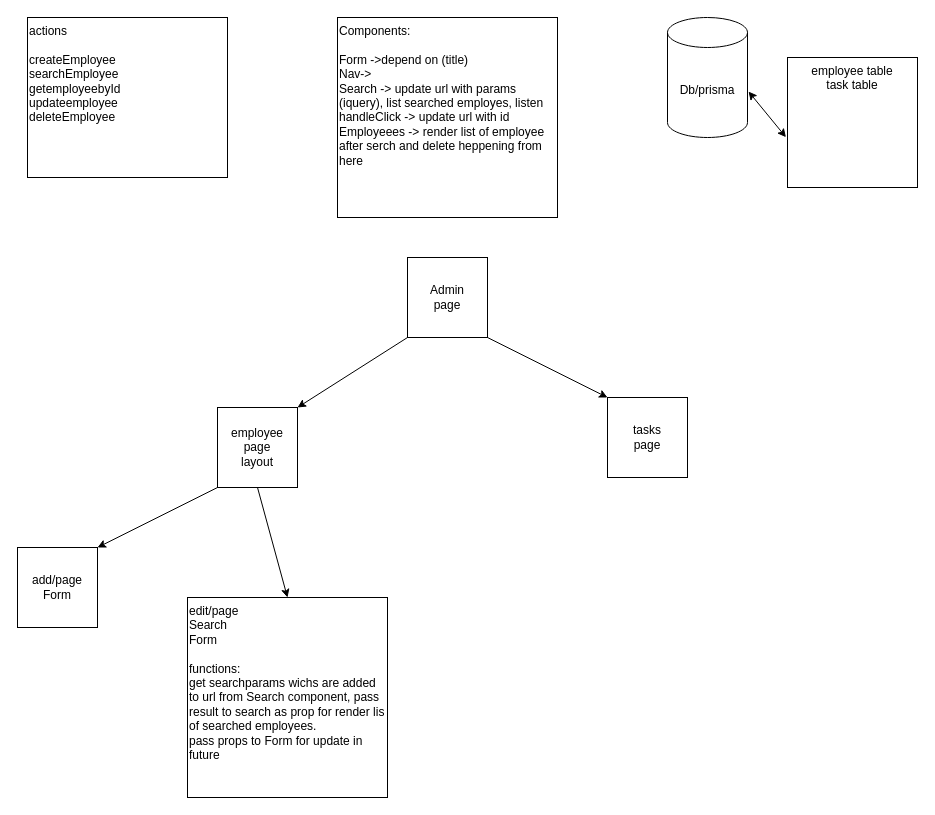
Above: Untitled Diagram.drawio in George-giorgi/tasksflow (draw.io), before the change. Source tidied: cells renumbered, new cells numbered last; positions are measured from the earlier drawing's top-left corner, leaving out a move shared by most shapes. Both pictures are drawn from the tidied source at 100%, with x=0, y=0 at pixel (17, 17).
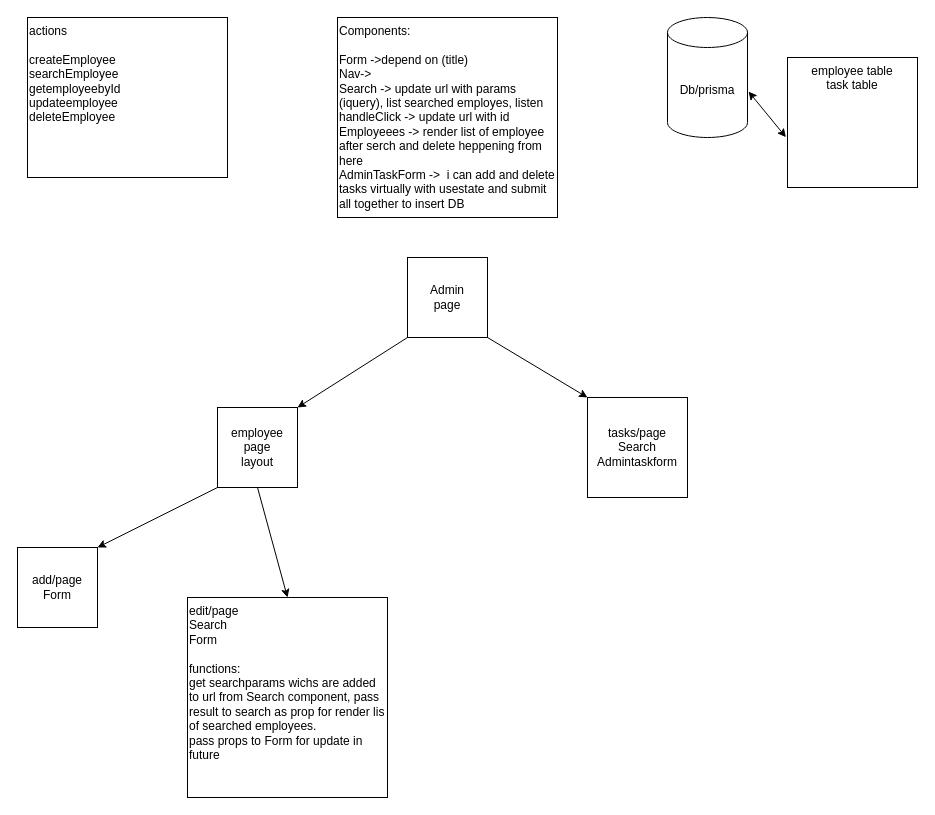
The same page after the edit.

What changed in the source:
```diff
@@
 <mxGraphModel>
   <root>
     <mxCell id="0" />
     <mxCell id="1" parent="0" />
     <mxCell id="2" value="Admin&lt;div&gt;page&lt;/div&gt;" style="whiteSpace=wrap;html=1;" parent="1" vertex="1">
       <mxGeometry x="390" y="240" width="80" height="80" as="geometry" />
     </mxCell>
     <mxCell id="3" style="endArrow=classic;html=1;rounded=0;exitX=0;exitY=1;exitDx=0;exitDy=0;entryX=1;entryY=0;entryDx=0;entryDy=0;" parent="1" edge="1" source="2" target="5">
       <mxGeometry relative="1" as="geometry" />
     </mxCell>
     <mxCell id="4" style="endArrow=classic;html=1;rounded=0;exitX=1;exitY=1;exitDx=0;exitDy=0;entryX=0;entryY=0;entryDx=0;entryDy=0;" parent="1" edge="1" source="2" target="6">
       <mxGeometry relative="1" as="geometry" />
     </mxCell>
     <mxCell id="5" value="employee&lt;div&gt;page&lt;/div&gt;&lt;div&gt;layout&lt;/div&gt;" style="whiteSpace=wrap;html=1;" parent="1" vertex="1">
       <mxGeometry x="200" y="390" width="80" height="80" as="geometry" />
     </mxCell>
-    <mxCell id="6" value="tasks&lt;div&gt;page&lt;/div&gt;" style="whiteSpace=wrap;html=1;" parent="1" vertex="1">
-      <mxGeometry x="590" y="380" width="80" height="80" as="geometry" />
+    <mxCell id="6" value="tasks/page&lt;div&gt;Search&lt;/div&gt;&lt;div&gt;Admintaskform&lt;/div&gt;" style="whiteSpace=wrap;html=1;" parent="1" vertex="1">
+      <mxGeometry x="570" y="380" width="100" height="100" as="geometry" />
     </mxCell>
-    <mxCell id="7" value="&lt;span style=&quot;background-color: light-dark(#ffffff, var(--ge-dark-color, #121212));&quot;&gt;Components:&lt;/span&gt;&lt;div&gt;&lt;br&gt;&lt;div&gt;Form -&amp;gt;depend on (title)&lt;/div&gt;&lt;/div&gt;&lt;div&gt;Nav-&amp;gt;&lt;/div&gt;&lt;div&gt;Search -&amp;gt; update url with params (iquery), list searched employes, listen handleClick -&amp;gt; update url with id&amp;nbsp;&lt;/div&gt;&lt;div&gt;Employeees -&amp;gt; render list of employee after serch and delete heppening from here&lt;/div&gt;&lt;div&gt;&lt;br&gt;&lt;/div&gt;" style="rounded=0;whiteSpace=wrap;html=1;align=left;verticalAlign=top;" parent="1" vertex="1">
+    <mxCell id="7" value="&lt;span style=&quot;background-color: light-dark(#ffffff, var(--ge-dark-color, #121212));&quot;&gt;Components:&lt;/span&gt;&lt;div&gt;&lt;br&gt;&lt;div&gt;Form -&amp;gt;depend on (title)&lt;/div&gt;&lt;/div&gt;&lt;div&gt;Nav-&amp;gt;&lt;/div&gt;&lt;div&gt;Search -&amp;gt; update url with params (iquery), list searched employes, listen handleClick -&amp;gt; update url with id&amp;nbsp;&lt;/div&gt;&lt;div&gt;Employeees -&amp;gt; render list of employee after serch and delete heppening from here&lt;/div&gt;&lt;div&gt;AdminTaskForm -&amp;gt;&amp;nbsp; i can add and delete tasks virtually with usestate and submit all together to insert DB&lt;/div&gt;&lt;div&gt;&lt;br&gt;&lt;/div&gt;" style="rounded=0;whiteSpace=wrap;html=1;align=left;verticalAlign=top;" parent="1" vertex="1">
       <mxGeometry x="320" width="220" height="200" as="geometry" />
     </mxCell>
     <mxCell id="8" value="add/page&lt;div&gt;Form&lt;/div&gt;" style="whiteSpace=wrap;html=1;" parent="1" vertex="1">
       <mxGeometry y="530" width="80" height="80" as="geometry" />
     </mxCell>
     <mxCell id="9" value="edit/page&lt;div&gt;Search&lt;br&gt;&lt;div&gt;Form&lt;/div&gt;&lt;div&gt;&lt;br&gt;&lt;/div&gt;&lt;div&gt;functions:&lt;/div&gt;&lt;div&gt;get searchparams wichs are added to url from Search component, pass result to search as prop for render lis of searched employees.&lt;/div&gt;&lt;div&gt;pass props to Form for update in future&lt;/div&gt;&lt;/div&gt;" style="whiteSpace=wrap;html=1;verticalAlign=top;align=left;" parent="1" vertex="1">
       <mxGeometry x="170" y="580" width="200" height="200" as="geometry" />
     </mxCell>
     <mxCell id="10" style="endArrow=classic;html=1;rounded=0;exitX=0.5;exitY=1;exitDx=0;exitDy=0;entryX=0.5;entryY=0;entryDx=0;entryDy=0;" parent="1" edge="1" source="5" target="9">
       <mxGeometry relative="1" as="geometry" />
     </mxCell>
     <mxCell id="11" style="endArrow=classic;html=1;rounded=0;exitX=0;exitY=1;exitDx=0;exitDy=0;entryX=1;entryY=0;entryDx=0;entryDy=0;" parent="1" edge="1" source="5" target="8">
       <mxGeometry relative="1" as="geometry" />
     </mxCell>
     <mxCell id="12" value="Db/prisma" style="shape=cylinder3;whiteSpace=wrap;html=1;boundedLbl=1;backgroundOutline=1;size=15;" parent="1" vertex="1">
       <mxGeometry x="650" width="80" height="120" as="geometry" />
     </mxCell>
     <mxCell id="13" value="employee table&lt;div&gt;task table&lt;br&gt;&lt;div&gt;&lt;br&gt;&lt;/div&gt;&lt;div&gt;&lt;br&gt;&lt;/div&gt;&lt;/div&gt;" style="whiteSpace=wrap;html=1;verticalAlign=top;" parent="1" vertex="1">
       <mxGeometry x="770" y="40" width="130" height="130" as="geometry" />
     </mxCell>
     <mxCell id="14" style="endArrow=classic;startArrow=classic;html=1;rounded=0;entryX=1.013;entryY=0.617;entryDx=0;entryDy=0;entryPerimeter=0;exitX=-0.012;exitY=0.613;exitDx=0;exitDy=0;exitPerimeter=0;" parent="1" edge="1" source="13" target="12">
       <mxGeometry relative="1" as="geometry" />
     </mxCell>
     <mxCell id="15" value="actions&lt;div&gt;&lt;br&gt;&lt;/div&gt;&lt;div&gt;createEmployee&lt;/div&gt;&lt;div&gt;searchEmployee&lt;/div&gt;&lt;div&gt;getemployeebyId&lt;/div&gt;&lt;div&gt;updateemployee&lt;/div&gt;&lt;div&gt;deleteEmployee&lt;/div&gt;" style="rounded=0;whiteSpace=wrap;html=1;verticalAlign=top;align=left;" parent="1" vertex="1">
       <mxGeometry x="10" width="200" height="160" as="geometry" />
     </mxCell>
   </root>
 </mxGraphModel>
```
